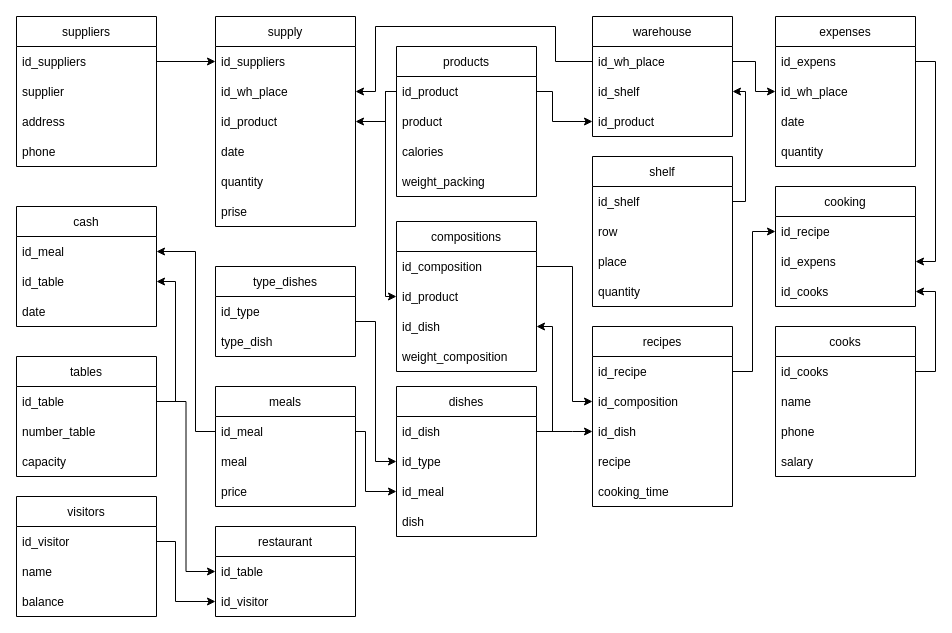
lari5685/transfer keeps this draw.io diagram as page "En" (2 of 3) of Untitled Diagram.drawio. Above is the earlier version. Source tidied: cells renumbered, new cells numbered last; positions are measured from the earlier drawing's top-left corner, leaving out a move shared by most shapes. Both pictures are drawn from the tidied source at 100%, with x=0, y=0 at pixel (16, 16).
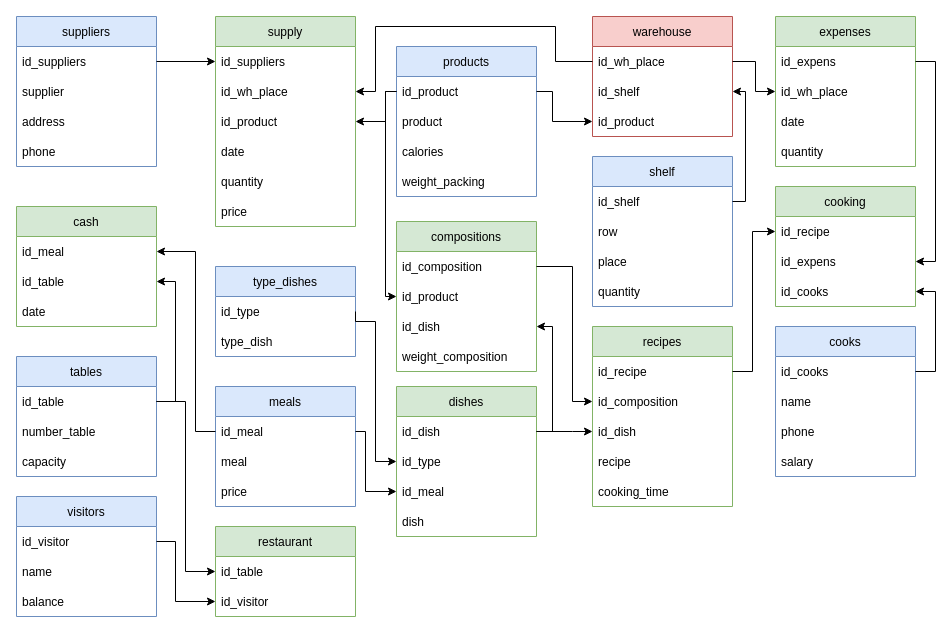
After the change.

Unchanged cells that the change refers to:
```xml
<mxCell id="90" value="id_table" style="text;strokeColor=none;fillColor=none;align=left;verticalAlign=middle;spacingLeft=4;spacingRight=4;overflow=hidden;points=[[0,0.5],[1,0.5]];portConstraint=eastwest;" parent="89" vertex="1">
  <mxGeometry y="30" width="140" height="30" as="geometry" />
</mxCell>
<mxCell id="94" value="id_table" style="text;strokeColor=none;fillColor=none;align=left;verticalAlign=middle;spacingLeft=4;spacingRight=4;overflow=hidden;points=[[0,0.5],[1,0.5]];portConstraint=eastwest;" parent="93" vertex="1">
  <mxGeometry y="30" width="140" height="30" as="geometry" />
</mxCell>
```

The edit, as a diff of the source:
```diff
@@
-    <mxCell id="2" value="warehouse" style="swimlane;fontStyle=0;horizontal=1;startSize=30;" parent="1" vertex="1">
+    <mxCell id="2" value="warehouse" style="swimlane;fontStyle=0;horizontal=1;startSize=30;fillColor=#f8cecc;strokeColor=#b85450;" parent="1" vertex="1">
       <mxGeometry x="576" width="140" height="120" as="geometry" />
     </mxCell>
@@
-    <mxCell id="6" value="suppliers" style="swimlane;fontStyle=0;horizontal=1;startSize=30;" parent="1" vertex="1">
+    <mxCell id="6" value="suppliers" style="swimlane;fontStyle=0;horizontal=1;startSize=30;fillColor=#dae8fc;strokeColor=#6c8ebf;" parent="1" vertex="1">
       <mxGeometry width="140" height="150" as="geometry" />
     </mxCell>
@@
-    <mxCell id="11" value="supply" style="swimlane;fontStyle=0;horizontal=1;startSize=30;" parent="1" vertex="1">
+    <mxCell id="11" value="supply" style="swimlane;fontStyle=0;horizontal=1;startSize=30;fillColor=#d5e8d4;strokeColor=#82b366;" parent="1" vertex="1">
       <mxGeometry x="199" width="140" height="210" as="geometry" />
     </mxCell>
@@
-    <mxCell id="17" value="prise " style="text;strokeColor=none;fillColor=none;align=left;verticalAlign=middle;spacingLeft=4;spacingRight=4;overflow=hidden;" parent="11" vertex="1">
+    <mxCell id="17" value="price" style="text;strokeColor=none;fillColor=none;align=left;verticalAlign=middle;spacingLeft=4;spacingRight=4;overflow=hidden;" parent="11" vertex="1">
       <mxGeometry y="180" width="140" height="30" as="geometry" />
     </mxCell>
-    <mxCell id="18" value="products" style="swimlane;fontStyle=0;horizontal=1;startSize=30;" parent="1" vertex="1">
+    <mxCell id="18" value="products" style="swimlane;fontStyle=0;horizontal=1;startSize=30;fillColor=#dae8fc;strokeColor=#6c8ebf;" parent="1" vertex="1">
       <mxGeometry x="380" y="30" width="140" height="150" as="geometry" />
     </mxCell>
@@
-    <mxCell id="23" value="dishes" style="swimlane;fontStyle=0;horizontal=1;startSize=30;" parent="1" vertex="1">
+    <mxCell id="23" value="dishes" style="swimlane;fontStyle=0;horizontal=1;startSize=30;fillColor=#d5e8d4;strokeColor=#82b366;" parent="1" vertex="1">
       <mxGeometry x="380" y="370" width="140" height="150" as="geometry" />
     </mxCell>
@@
-    <mxCell id="28" value="visitors" style="swimlane;fontStyle=0;horizontal=1;startSize=30;" parent="1" vertex="1">
+    <mxCell id="28" value="visitors" style="swimlane;fontStyle=0;horizontal=1;startSize=30;fillColor=#dae8fc;strokeColor=#6c8ebf;" parent="1" vertex="1">
       <mxGeometry y="480" width="140" height="120" as="geometry" />
     </mxCell>
@@
-    <mxCell id="32" value="recipes" style="swimlane;fontStyle=0;horizontal=1;startSize=30;" parent="1" vertex="1">
+    <mxCell id="32" value="recipes" style="swimlane;fontStyle=0;horizontal=1;startSize=30;fillColor=#d5e8d4;strokeColor=#82b366;" parent="1" vertex="1">
       <mxGeometry x="576" y="310" width="140" height="180" as="geometry" />
     </mxCell>
@@
-    <mxCell id="38" value="type_dishes" style="swimlane;fontStyle=0;horizontal=1;startSize=30;" parent="1" vertex="1">
+    <mxCell id="38" value="type_dishes" style="swimlane;fontStyle=0;horizontal=1;startSize=30;fillColor=#dae8fc;strokeColor=#6c8ebf;" parent="1" vertex="1">
       <mxGeometry x="199" y="250" width="140" height="90" as="geometry" />
     </mxCell>
@@
-    <mxCell id="41" value="meals" style="swimlane;fontStyle=0;horizontal=1;startSize=30;" parent="1" vertex="1">
+    <mxCell id="41" value="meals" style="swimlane;fontStyle=0;horizontal=1;startSize=30;fillColor=#dae8fc;strokeColor=#6c8ebf;" parent="1" vertex="1">
       <mxGeometry x="199" y="370" width="140" height="120" as="geometry" />
     </mxCell>
@@
-    <mxCell id="48" value="compositions" style="swimlane;fontStyle=0;horizontal=1;startSize=30;" parent="1" vertex="1">
+    <mxCell id="48" value="compositions" style="swimlane;fontStyle=0;horizontal=1;startSize=30;fillColor=#d5e8d4;strokeColor=#82b366;" parent="1" vertex="1">
       <mxGeometry x="380" y="205" width="140" height="150" as="geometry" />
     </mxCell>
@@
-    <mxCell id="56" value="cash" style="swimlane;fontStyle=0;horizontal=1;startSize=30;" parent="1" vertex="1">
+    <mxCell id="56" value="cash" style="swimlane;fontStyle=0;horizontal=1;startSize=30;fillColor=#d5e8d4;strokeColor=#82b366;" parent="1" vertex="1">
       <mxGeometry y="190" width="140" height="120" as="geometry" />
     </mxCell>
@@
-    <mxCell id="63" value="shelf" style="swimlane;fontStyle=0;horizontal=1;startSize=30;" parent="1" vertex="1">
+    <mxCell id="63" value="shelf" style="swimlane;fontStyle=0;horizontal=1;startSize=30;fillColor=#dae8fc;strokeColor=#6c8ebf;" parent="1" vertex="1">
       <mxGeometry x="576" y="140" width="140" height="150" as="geometry" />
     </mxCell>
@@
-    <mxCell id="68" value="cooking" style="swimlane;fontStyle=0;horizontal=1;startSize=30;" parent="1" vertex="1">
+    <mxCell id="68" value="cooking" style="swimlane;fontStyle=0;horizontal=1;startSize=30;fillColor=#d5e8d4;strokeColor=#82b366;" parent="1" vertex="1">
       <mxGeometry x="759" y="170" width="140" height="120" as="geometry" />
     </mxCell>
@@
-    <mxCell id="72" value="cooks" style="swimlane;fontStyle=0;horizontal=1;startSize=30;" parent="1" vertex="1">
+    <mxCell id="72" value="cooks" style="swimlane;fontStyle=0;horizontal=1;startSize=30;fillColor=#dae8fc;strokeColor=#6c8ebf;" parent="1" vertex="1">
       <mxGeometry x="759" y="310" width="140" height="150" as="geometry" />
     </mxCell>
@@
-    <mxCell id="79" value="expenses" style="swimlane;fontStyle=0;horizontal=1;startSize=30;" parent="1" vertex="1">
+    <mxCell id="79" value="expenses" style="swimlane;fontStyle=0;horizontal=1;startSize=30;fillColor=#d5e8d4;strokeColor=#82b366;" parent="1" vertex="1">
       <mxGeometry x="759" width="140" height="150" as="geometry" />
     </mxCell>
@@
-    <mxCell id="89" value="tables" style="swimlane;fontStyle=0;horizontal=1;startSize=30;" parent="1" vertex="1">
+    <mxCell id="89" value="tables" style="swimlane;fontStyle=0;horizontal=1;startSize=30;fillColor=#dae8fc;strokeColor=#6c8ebf;" parent="1" vertex="1">
       <mxGeometry y="340" width="140" height="120" as="geometry" />
     </mxCell>
@@
-    <mxCell id="93" value="restaurant" style="swimlane;fontStyle=0;horizontal=1;startSize=30;" parent="1" vertex="1">
+    <mxCell id="93" value="restaurant" style="swimlane;fontStyle=0;horizontal=1;startSize=30;fillColor=#d5e8d4;strokeColor=#82b366;" parent="1" vertex="1">
       <mxGeometry x="199" y="510" width="140" height="90" as="geometry" />
     </mxCell>
@@
     <mxCell id="98" style="edgeStyle=orthogonalEdgeStyle;rounded=0;jettySize=auto;html=1;exitX=1;exitY=0.5;exitDx=0;exitDy=0;entryX=0;entryY=0.5;entryDx=0;entryDy=0;" parent="1" edge="1" source="90" target="94">
-      <mxGeometry relative="1" as="geometry" />
+      <mxGeometry relative="1" as="geometry">
+        <Array as="points">
+          <mxPoint x="169" y="385" />
+          <mxPoint x="169" y="555" />
+        </Array>
+      </mxGeometry>
     </mxCell>
```
